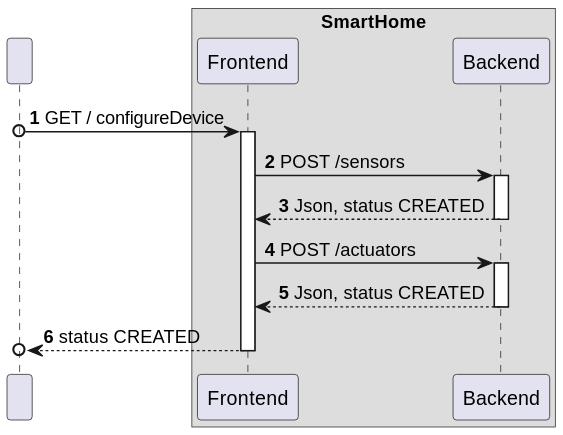
The PlantUML diagram docs/useCases/uc20_frontendToConfigureADevice/artifacts/UC20_SD.svg in olivDiogo/SmartHome, before a commit.
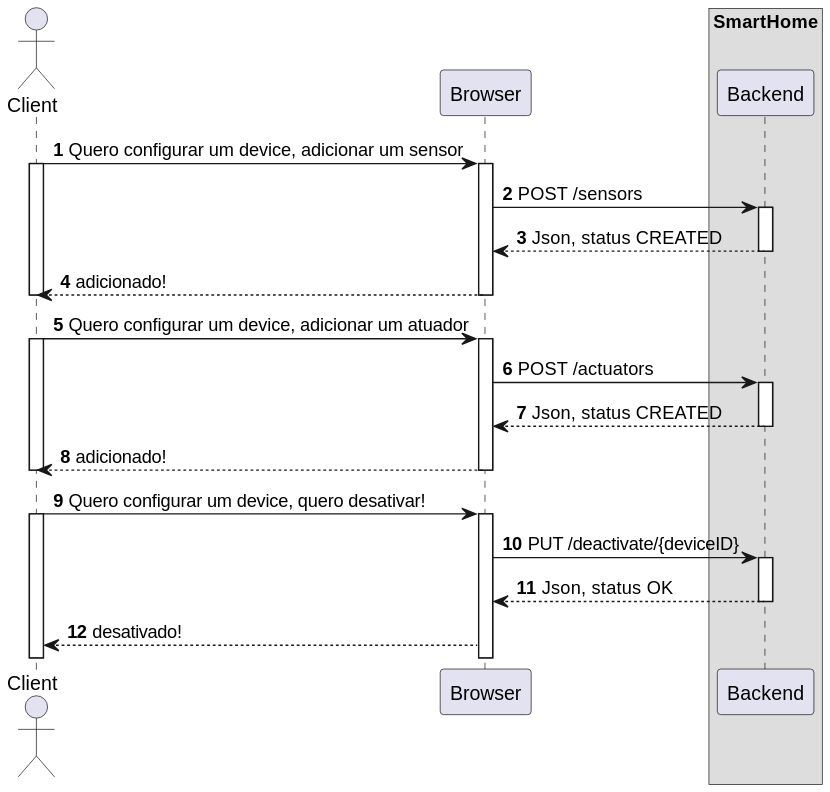
After the change.

Diff of the diagram source:
```diff
@@ -3,15 +3,16 @@
 
 autonumber
 
-participant " " as User
+actor "Client" as User
+participant Browser as FE
     box SmartHome
-    participant Frontend as FE
     participant Backend as BE
     end box
 
 
-User o-> FE :  GET / configureDevice
+User -> FE :  Quero configurar um device, adicionar um sensor
 activate FE
+activate User
 
 FE -> BE : POST /sensors
 activate BE
@@ -19,12 +20,33 @@
 BE --> FE : Json, status CREATED
 deactivate BE
 
+FE --> User : adicionado!
+deactivate FE
+deactivate User
+
+User -> FE :  Quero configurar um device, adicionar um atuador
+activate FE
+activate User
+
 FE -> BE : POST /actuators
 activate BE
 
 BE --> FE :  Json, status CREATED
 deactivate BE
 
-FE -->o User : status CREATED
+FE --> User : adicionado!
 deactivate FE
+deactivate User
+
+User -> FE :  Quero configurar um device, quero desativar!
+activate FE
+activate User
+
+FE -> BE : PUT /deactivate/{deviceID}
+activate BE
+
+BE --> FE :  Json, status OK
+deactivate BE
+
+FE --> User : desativado!
 @enduml
```
